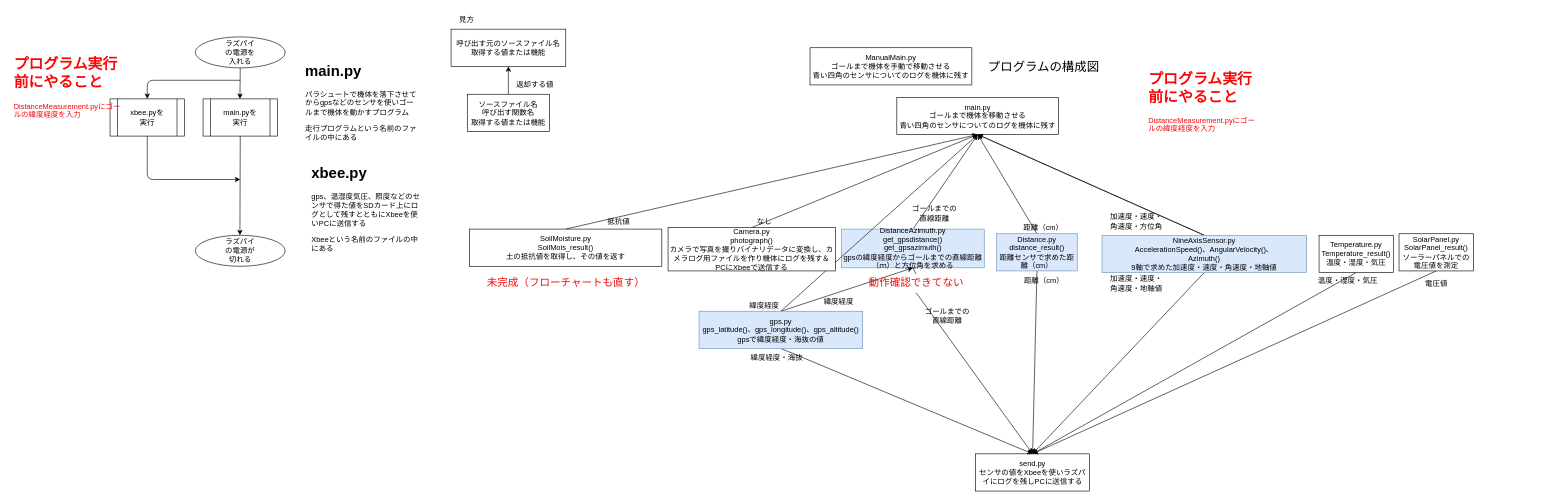
TDUSenjuAstronomyResearchClub/CanSat02 keeps this draw.io diagram as CanSat.drawio. Above is the earlier version. Source tidied: cells renumbered, new cells numbered last; positions are measured from the earlier drawing's top-left corner, leaving out a move shared by most shapes. Both pictures are drawn from the tidied source at 62%, with x=0, y=0 at pixel (11, 11).
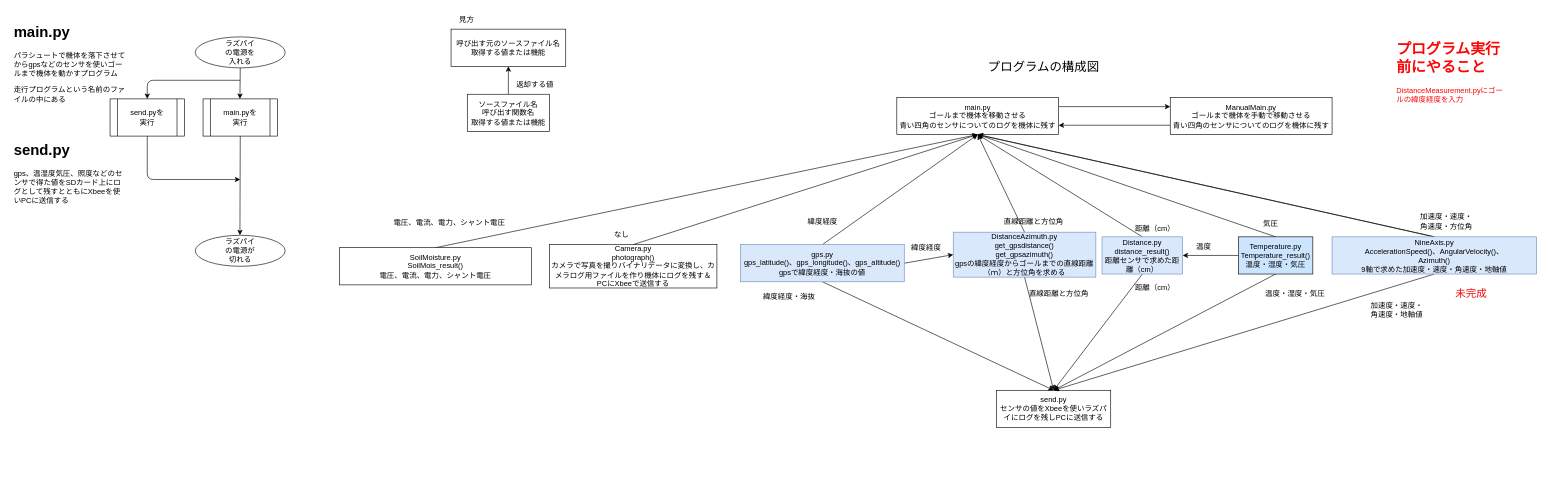
After the change.

The change refers to these unchanged cells:
```xml
<mxCell id="16" value="main.py&lt;br&gt;ゴールまで機体を移動させる&lt;br&gt;青い四角のセンサについてのログを機体に残す" style="rounded=0;whiteSpace=wrap;html=1;" parent="1" vertex="1">
  <mxGeometry x="1429" y="139.5" width="261" height="60" as="geometry" />
</mxCell>
```

The edit, as a diff of the source:
```diff
@@
     <mxCell id="8" value="&lt;h1&gt;main.py&lt;/h1&gt;&lt;p&gt;パラシュートで機体を落下させてからgpsなどのセンサを使いゴールまで機体を動かすプログラム&lt;/p&gt;&lt;p&gt;走行プログラムという名前のファイルの中にある&lt;/p&gt;" style="text;html=1;strokeColor=none;fillColor=none;spacing=5;spacingTop=-20;whiteSpace=wrap;overflow=hidden;rounded=0;" parent="1" vertex="1">
-      <mxGeometry x="470" y="77" width="190" height="150" as="geometry" />
+      <mxGeometry y="14.5" width="190" height="150" as="geometry" />
     </mxCell>
-    <mxCell id="9" value="xbee.pyを実行" style="text;html=1;strokeColor=none;fillColor=none;align=center;verticalAlign=middle;whiteSpace=wrap;rounded=0;" parent="1" vertex="1">
+    <mxCell id="9" value="send.pyを実行" style="text;html=1;strokeColor=none;fillColor=none;align=center;verticalAlign=middle;whiteSpace=wrap;rounded=0;" parent="1" vertex="1">
       <mxGeometry x="190" y="157" width="60" height="30" as="geometry" />
     </mxCell>
@@
-    <mxCell id="14" value="&lt;h1&gt;xbee.py&lt;/h1&gt;&lt;p&gt;gps、温湿度気圧、照度などのセンサで得た値をSDカード上にログとして残すとともにXbeeを使いPCに送信する&lt;/p&gt;&lt;p&gt;Xbeeという名前のファイルの中にある&lt;/p&gt;" style="text;html=1;strokeColor=none;fillColor=none;spacing=5;spacingTop=-20;whiteSpace=wrap;overflow=hidden;rounded=0;" parent="1" vertex="1">
-      <mxGeometry x="480" y="242" width="190" height="150" as="geometry" />
+    <mxCell id="14" value="&lt;h1&gt;send.py&lt;/h1&gt;&lt;p&gt;gps、温湿度気圧、照度などのセンサで得た値をSDカード上にログとして残すとともにXbeeを使いPCに送信する&lt;/p&gt;" style="text;html=1;strokeColor=none;fillColor=none;spacing=5;spacingTop=-20;whiteSpace=wrap;overflow=hidden;rounded=0;" parent="1" vertex="1">
+      <mxGeometry y="204.5" width="190" height="120" as="geometry" />
     </mxCell>
@@
+    <mxCell id="65" style="edgeStyle=none;html=1;exitX=1;exitY=0.25;exitDx=0;exitDy=0;entryX=0;entryY=0.25;entryDx=0;entryDy=0;" parent="1" edge="1" source="16" target="64">
+      <mxGeometry relative="1" as="geometry" />
+    </mxCell>
@@
     <mxCell id="18" value="send.py&lt;br&gt;センサの値をXbeeを使いラズパイにログを残しPCに送信する" style="rounded=0;whiteSpace=wrap;html=1;" parent="1" vertex="1">
-      <mxGeometry x="1556" y="714.5" width="184" height="60" as="geometry" />
+      <mxGeometry x="1590" y="612" width="184" height="60" as="geometry" />
     </mxCell>
@@
-    <mxCell id="20" style="edgeStyle=none;html=1;entryX=0.5;entryY=0;entryDx=0;entryDy=0;fontSize=12;exitX=0.5;exitY=1;exitDx=0;exitDy=0;startArrow=none;" parent="1" edge="1" source="63" target="18">
+    <mxCell id="20" style="edgeStyle=none;html=1;entryX=0.5;entryY=0;entryDx=0;entryDy=0;fontSize=12;exitX=0.5;exitY=1;exitDx=0;exitDy=0;startArrow=none;" parent="1" edge="1" source="21" target="18">
       <mxGeometry relative="1" as="geometry" />
     </mxCell>
     <mxCell id="21" value="DistanceAzimuth.py&lt;br&gt;get_gpsdistance()&lt;br&gt;get_gpsazimuth()&lt;br&gt;gpsの緯度経度からゴールまでの直線距離（ｍ）と方位角を求める" style="rounded=0;whiteSpace=wrap;html=1;fillColor=#dae8fc;strokeColor=#6c8ebf;" parent="1" vertex="1">
-      <mxGeometry x="1340" y="352" width="230" height="62.5" as="geometry" />
+      <mxGeometry x="1520" y="357" width="230" height="72.5" as="geometry" />
     </mxCell>
-    <mxCell id="22" style="edgeStyle=none;html=1;entryX=0.5;entryY=1;entryDx=0;entryDy=0;exitX=0.5;exitY=0;exitDx=0;exitDy=0;" parent="1" edge="1" source="25" target="21">
-      <mxGeometry relative="1" as="geometry" />
-    </mxCell>
@@
+    <mxCell id="22" style="edgeStyle=none;html=1;exitX=1;exitY=0.5;exitDx=0;exitDy=0;entryX=0;entryY=0.5;entryDx=0;entryDy=0;" parent="1" edge="1" source="25" target="21">
+      <mxGeometry relative="1" as="geometry" />
+    </mxCell>
     <mxCell id="25" value="gps.py&lt;br&gt;&lt;span style=&quot;border-color: var(--border-color); background-color: initial;&quot;&gt;gps_latitude()、g&lt;/span&gt;&lt;span style=&quot;border-color: var(--border-color); background-color: initial;&quot;&gt;ps_longitude()、&lt;/span&gt;&lt;span style=&quot;border-color: var(--border-color); background-color: initial;&quot;&gt;gps_altitude()&lt;/span&gt;&lt;br&gt;gpsで緯度経度・海抜の値" style="rounded=0;whiteSpace=wrap;html=1;fillColor=#dae8fc;strokeColor=#6c8ebf;" parent="1" vertex="1">
-      <mxGeometry x="1110" y="484.5" width="264" height="60" as="geometry" />
+      <mxGeometry x="1177" y="377" width="264" height="60" as="geometry" />
     </mxCell>
-    <mxCell id="26" value="ゴールまでの直線距離" style="text;html=1;strokeColor=none;fillColor=none;align=center;verticalAlign=middle;whiteSpace=wrap;rounded=0;" parent="1" vertex="1">
-      <mxGeometry x="1450" y="312" width="80" height="30" as="geometry" />
+    <mxCell id="26" value="直線距離と方位角" style="text;html=1;strokeColor=none;fillColor=none;align=center;verticalAlign=middle;whiteSpace=wrap;rounded=0;" parent="1" vertex="1">
+      <mxGeometry x="1600" y="324.5" width="100" height="30" as="geometry" />
     </mxCell>
     <mxCell id="27" value="緯度経度" style="text;html=1;align=center;verticalAlign=middle;strokeColor=none;fillColor=none;" parent="1" vertex="1">
-      <mxGeometry x="1180" y="459.5" width="70" height="30" as="geometry" />
+      <mxGeometry x="1274" y="324.5" width="70" height="30" as="geometry" />
     </mxCell>
     <mxCell id="28" value="緯度経度・海抜" style="text;html=1;align=center;verticalAlign=middle;strokeColor=none;fillColor=none;" parent="1" vertex="1">
-      <mxGeometry x="1180" y="544.5" width="110" height="30" as="geometry" />
+      <mxGeometry x="1200" y="447" width="110" height="30" as="geometry" />
     </mxCell>
@@
     <mxCell id="31" value="Distance.py&lt;br&gt;distance_result()&lt;br&gt;距離センサで求めた距離（cm）" style="rounded=0;whiteSpace=wrap;html=1;fillColor=#dae8fc;strokeColor=#6c8ebf;" parent="1" vertex="1">
-      <mxGeometry x="1590" y="359.5" width="130" height="60" as="geometry" />
+      <mxGeometry x="1760" y="364.5" width="130" height="60" as="geometry" />
     </mxCell>
-    <mxCell id="32" value="ゴールまでの&lt;br&gt;直線距離" style="text;html=1;align=center;verticalAlign=middle;strokeColor=none;fillColor=none;" parent="1" vertex="1">
-      <mxGeometry x="1460" y="472" width="100" height="40" as="geometry" />
+    <mxCell id="32" value="直線距離と方位角" style="text;html=1;align=center;verticalAlign=middle;strokeColor=none;fillColor=none;" parent="1" vertex="1">
+      <mxGeometry x="1630" y="442" width="120" height="30" as="geometry" />
     </mxCell>
@@
     <mxCell id="35" value="距離（cm）" style="text;html=1;align=center;verticalAlign=middle;strokeColor=none;fillColor=none;" parent="1" vertex="1">
-      <mxGeometry x="1620" y="334.5" width="90" height="30" as="geometry" />
+      <mxGeometry x="1800" y="337" width="90" height="30" as="geometry" />
     </mxCell>
     <mxCell id="36" value="加速度・速度・&lt;br&gt;角速度・方位角" style="text;html=1;align=center;verticalAlign=middle;strokeColor=none;fillColor=none;" parent="1" vertex="1">
-      <mxGeometry x="1760" y="319.5" width="110" height="40" as="geometry" />
+      <mxGeometry x="2260" y="319.5" width="110" height="40" as="geometry" />
     </mxCell>
@@
     <mxCell id="41" value="距離（cm）" style="text;html=1;align=center;verticalAlign=middle;strokeColor=none;fillColor=none;" parent="1" vertex="1">
-      <mxGeometry x="1621" y="419.5" width="90" height="30" as="geometry" />
+      <mxGeometry x="1800" y="432" width="90" height="30" as="geometry" />
     </mxCell>
     <mxCell id="42" value="加速度・速度・&lt;br&gt;角速度・地軸値" style="text;html=1;align=center;verticalAlign=middle;strokeColor=none;fillColor=none;" parent="1" vertex="1">
-      <mxGeometry x="1760" y="419.5" width="110" height="40" as="geometry" />
+      <mxGeometry x="2180" y="462" width="110" height="40" as="geometry" />
     </mxCell>
@@
     <mxCell id="44" value="Camera.py&lt;br&gt;photograph()&lt;br&gt;カメラで写真を撮りバイナリデータに変換し、カメラログ用ファイルを作り機体にログを残す＆PCにXbeeで送信する" style="rounded=0;whiteSpace=wrap;html=1;fontSize=12;" parent="1" vertex="1">
-      <mxGeometry x="1060" y="349.5" width="270" height="70" as="geometry" />
+      <mxGeometry x="868.8" y="377" width="270" height="70" as="geometry" />
     </mxCell>
@@
     <mxCell id="47" value="なし" style="text;html=1;align=center;verticalAlign=middle;strokeColor=none;fillColor=none;fontSize=12;" parent="1" vertex="1">
-      <mxGeometry x="1190" y="324.5" width="50" height="30" as="geometry" />
+      <mxGeometry x="960" y="347" width="50" height="30" as="geometry" />
     </mxCell>
@@
+    <mxCell id="66" style="edgeStyle=none;html=1;exitX=0.5;exitY=0;exitDx=0;exitDy=0;entryX=0.5;entryY=1;entryDx=0;entryDy=0;" parent="1" edge="1" source="49" target="16">
+      <mxGeometry relative="1" as="geometry" />
+    </mxCell>
+    <mxCell id="67" style="edgeStyle=none;html=1;exitX=0;exitY=0.5;exitDx=0;exitDy=0;entryX=1;entryY=0.5;entryDx=0;entryDy=0;" parent="1" edge="1" source="49" target="31">
+      <mxGeometry relative="1" as="geometry" />
+    </mxCell>
-    <mxCell id="49" value="Temperature.py&lt;br&gt;Temperature_result()&lt;br&gt;温度・湿度・気圧" style="rounded=0;whiteSpace=wrap;html=1;fontSize=12;" parent="1" vertex="1">
-      <mxGeometry x="2110" y="362" width="120" height="60" as="geometry" />
+    <mxCell id="49" value="Temperature.py&lt;br&gt;Temperature_result()&lt;br&gt;温度・湿度・気圧" style="rounded=0;whiteSpace=wrap;html=1;fontSize=12;fillColor=#CCE5FF;" parent="1" vertex="1">
+      <mxGeometry x="1980" y="364.5" width="120" height="60" as="geometry" />
     </mxCell>
     <mxCell id="50" value="温度・湿度・気圧" style="text;html=1;align=center;verticalAlign=middle;strokeColor=none;fillColor=none;fontSize=12;" parent="1" vertex="1">
-      <mxGeometry x="2096" y="419.5" width="120" height="30" as="geometry" />
+      <mxGeometry x="2011" y="442" width="120" height="30" as="geometry" />
     </mxCell>
@@
-    <mxCell id="52" value="SoilMoisture.py&lt;br&gt;SoilMois_result()&lt;br&gt;土の抵抗値を取得し、その値を返す" style="rounded=0;whiteSpace=wrap;html=1;fontSize=12;" parent="1" vertex="1">
-      <mxGeometry x="740" y="352" width="310" height="60" as="geometry" />
+    <mxCell id="52" value="SoilMoisture.py&lt;br&gt;SoilMois_result()&lt;br&gt;&lt;span style=&quot;&quot;&gt;電圧、電流、電力、シャント電圧&lt;/span&gt;" style="rounded=0;whiteSpace=wrap;html=1;fontSize=12;" parent="1" vertex="1">
+      <mxGeometry x="530" y="382" width="310" height="60" as="geometry" />
     </mxCell>
-    <mxCell id="53" value="抵抗値" style="text;html=1;align=center;verticalAlign=middle;strokeColor=none;fillColor=none;fontSize=12;" parent="1" vertex="1">
-      <mxGeometry x="950" y="324.5" width="60" height="30" as="geometry" />
+    <mxCell id="53" value="電圧、電流、電力、シャント電圧" style="text;html=1;align=center;verticalAlign=middle;strokeColor=none;fillColor=none;fontSize=12;" parent="1" vertex="1">
+      <mxGeometry x="607" y="327" width="200" height="30" as="geometry" />
     </mxCell>
-    <mxCell id="54" style="edgeStyle=none;html=1;entryX=0.5;entryY=0;entryDx=0;entryDy=0;fontSize=12;exitX=0.5;exitY=1;exitDx=0;exitDy=0;" parent="1" edge="1" source="55" target="18">
-      <mxGeometry relative="1" as="geometry" />
-    </mxCell>
-    <mxCell id="55" value="&lt;span style=&quot;&quot;&gt;SolarPanel.py&lt;br&gt;SolarPanel_result()&lt;br&gt;ソーラーパネルでの電圧値を測定&lt;br&gt;&lt;/span&gt;" style="rounded=0;whiteSpace=wrap;html=1;fontSize=12;" parent="1" vertex="1">
-      <mxGeometry x="2239" y="359.5" width="120" height="60" as="geometry" />
-    </mxCell>
-    <mxCell id="56" value="電圧値" style="text;html=1;align=center;verticalAlign=middle;strokeColor=none;fillColor=none;fontSize=12;" parent="1" vertex="1">
-      <mxGeometry x="2269" y="424.5" width="60" height="30" as="geometry" />
-    </mxCell>
-    <mxCell id="57" value="&lt;font style=&quot;font-size: 17px;&quot; color=&quot;#ed0c0c&quot;&gt;未完成（フローチャートも直す）&lt;/font&gt;" style="text;html=1;align=center;verticalAlign=middle;strokeColor=none;fillColor=none;fontSize=12;" parent="1" vertex="1">
-      <mxGeometry x="755" y="424.5" width="280" height="30" as="geometry" />
+    <mxCell id="57" value="&lt;font style=&quot;font-size: 17px;&quot; color=&quot;#ed0c0c&quot;&gt;未完成&lt;/font&gt;" style="text;html=1;align=center;verticalAlign=middle;strokeColor=none;fillColor=none;fontSize=12;" parent="1" vertex="1">
+      <mxGeometry x="2320" y="442" width="70" height="30" as="geometry" />
     </mxCell>
-    <mxCell id="58" value="&lt;h1 style=&quot;border-color: var(--border-color);&quot;&gt;プログラム実行前にやること&lt;/h1&gt;&lt;div&gt;DistanceMeasurement.pyにゴールの緯度経度を入力&lt;/div&gt;&lt;p&gt;&lt;br&gt;&lt;/p&gt;" style="text;html=1;strokeColor=none;fillColor=none;spacing=5;spacingTop=-20;whiteSpace=wrap;overflow=hidden;rounded=0;fontColor=#fb0404;" parent="1" vertex="1">
-      <mxGeometry y="67" width="190" height="120" as="geometry" />
-    </mxCell>
     <mxCell id="59" value="&lt;h1 style=&quot;border-color: var(--border-color);&quot;&gt;プログラム実行前にやること&lt;/h1&gt;&lt;div&gt;DistanceMeasurement.pyにゴールの緯度経度を入力&lt;/div&gt;&lt;p&gt;&lt;br&gt;&lt;/p&gt;" style="text;html=1;strokeColor=none;fillColor=none;spacing=5;spacingTop=-20;whiteSpace=wrap;overflow=hidden;rounded=0;fontColor=#fb0404;" parent="1" vertex="1">
-      <mxGeometry x="1830" y="89.5" width="190" height="120" as="geometry" />
+      <mxGeometry x="2230" y="42" width="190" height="120" as="geometry" />
     </mxCell>
     <mxCell id="60" value="緯度経度" style="text;html=1;align=center;verticalAlign=middle;strokeColor=none;fillColor=none;" parent="1" vertex="1">
-      <mxGeometry x="1300" y="454.5" width="70" height="30" as="geometry" />
+      <mxGeometry x="1441" y="367" width="70" height="30" as="geometry" />
     </mxCell>
-    <mxCell id="61" value="NineAxisSensor.py&lt;br&gt;&lt;span style=&quot;border-color: var(--border-color); background-color: initial;&quot;&gt;AccelerationSpeed()、&lt;/span&gt;&lt;span style=&quot;border-color: var(--border-color); background-color: initial;&quot;&gt;AngularVelocity()、&lt;/span&gt;&lt;span style=&quot;border-color: var(--border-color); background-color: initial;&quot;&gt;&lt;br style=&quot;border-color: var(--border-color);&quot;&gt;&lt;/span&gt;&lt;span style=&quot;border-color: var(--border-color); background-color: initial;&quot;&gt;Azimuth()&lt;/span&gt;&lt;br&gt;9軸で求めた加速度・速度・角速度・地軸値" style="rounded=0;whiteSpace=wrap;html=1;fillColor=#dae8fc;strokeColor=#6c8ebf;" parent="1" vertex="1">
-      <mxGeometry x="1760" y="362" width="330" height="60" as="geometry" />
+    <mxCell id="61" value="NineAxis.py&lt;br&gt;&lt;span style=&quot;border-color: var(--border-color); background-color: initial;&quot;&gt;AccelerationSpeed()、&lt;/span&gt;&lt;span style=&quot;border-color: var(--border-color); background-color: initial;&quot;&gt;AngularVelocity()、&lt;/span&gt;&lt;span style=&quot;border-color: var(--border-color); background-color: initial;&quot;&gt;&lt;br style=&quot;border-color: var(--border-color);&quot;&gt;&lt;/span&gt;&lt;span style=&quot;border-color: var(--border-color); background-color: initial;&quot;&gt;Azimuth()&lt;/span&gt;&lt;br&gt;9軸で求めた加速度・速度・角速度・地軸値" style="rounded=0;whiteSpace=wrap;html=1;fillColor=#dae8fc;strokeColor=#6c8ebf;" parent="1" vertex="1">
+      <mxGeometry x="2131" y="364.5" width="330" height="60" as="geometry" />
     </mxCell>
-    <mxCell id="62" style="edgeStyle=none;html=1;entryX=0.5;entryY=0;entryDx=0;entryDy=0;fontSize=12;exitX=0.5;exitY=1;exitDx=0;exitDy=0;endArrow=none;" parent="1" edge="1" source="21" target="63">
-      <mxGeometry relative="1" as="geometry" />
-    </mxCell>
-    <mxCell id="63" value="&lt;font style=&quot;font-size: 17px;&quot; color=&quot;#ed0c0c&quot;&gt;動作確認できてない&lt;/font&gt;" style="text;html=1;align=center;verticalAlign=middle;points=[];strokeColor=none;fillColor=none;fontSize=12;" parent="1" vertex="1">
-      <mxGeometry x="1370" y="424.5" width="180" height="30" as="geometry" />
-    </mxCell>
+    <mxCell id="68" style="edgeStyle=none;html=1;exitX=0;exitY=0.75;exitDx=0;exitDy=0;entryX=1;entryY=0.75;entryDx=0;entryDy=0;" parent="1" edge="1" source="64" target="16">
+      <mxGeometry relative="1" as="geometry" />
+    </mxCell>
     <mxCell id="64" value="ManualMain.py&lt;br&gt;ゴールまで機体を手動で移動させる&lt;br&gt;青い四角のセンサについてのログを機体に残す" style="rounded=0;whiteSpace=wrap;html=1;" parent="1" vertex="1">
-      <mxGeometry x="1289" y="59.5" width="261" height="60" as="geometry" />
+      <mxGeometry x="1870" y="139.5" width="261" height="60" as="geometry" />
     </mxCell>
+    <mxCell id="69" value="&lt;span style=&quot;color: rgb(0, 0, 0); font-family: Helvetica; font-size: 12px; font-style: normal; font-variant-ligatures: normal; font-variant-caps: normal; font-weight: 400; letter-spacing: normal; orphans: 2; text-align: center; text-indent: 0px; text-transform: none; widows: 2; word-spacing: 0px; -webkit-text-stroke-width: 0px; background-color: rgb(251, 251, 251); text-decoration-thickness: initial; text-decoration-style: initial; text-decoration-color: initial; float: none; display: inline !important;&quot;&gt;気圧&lt;/span&gt;" style="text;whiteSpace=wrap;html=1;" parent="1" vertex="1">
+      <mxGeometry x="2018" y="329.5" width="60" height="40" as="geometry" />
+    </mxCell>
+    <mxCell id="70" value="&lt;span style=&quot;color: rgb(0, 0, 0); font-family: Helvetica; font-size: 12px; font-style: normal; font-variant-ligatures: normal; font-variant-caps: normal; font-weight: 400; letter-spacing: normal; orphans: 2; text-align: center; text-indent: 0px; text-transform: none; widows: 2; word-spacing: 0px; -webkit-text-stroke-width: 0px; background-color: rgb(251, 251, 251); text-decoration-thickness: initial; text-decoration-style: initial; text-decoration-color: initial; float: none; display: inline !important;&quot;&gt;温度&lt;/span&gt;" style="text;whiteSpace=wrap;html=1;" parent="1" vertex="1">
+      <mxGeometry x="1910" y="367" width="60" height="40" as="geometry" />
+    </mxCell>
```
